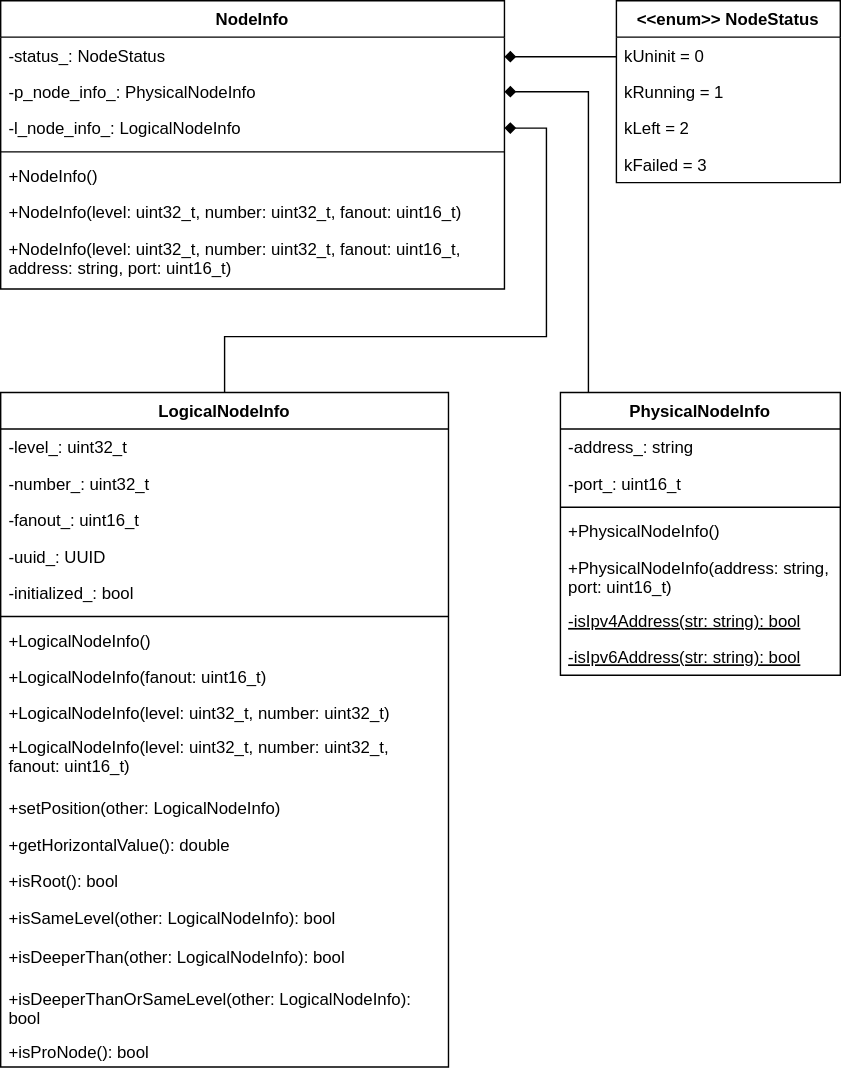
Above: minhton/docs/img/nodeinfo_classes.svg in iml130/sola (draw.io), before the change. Source tidied: cells renumbered, new cells last; positions are measured from the earlier drawing's top-left corner, leaving out a move shared by most shapes.
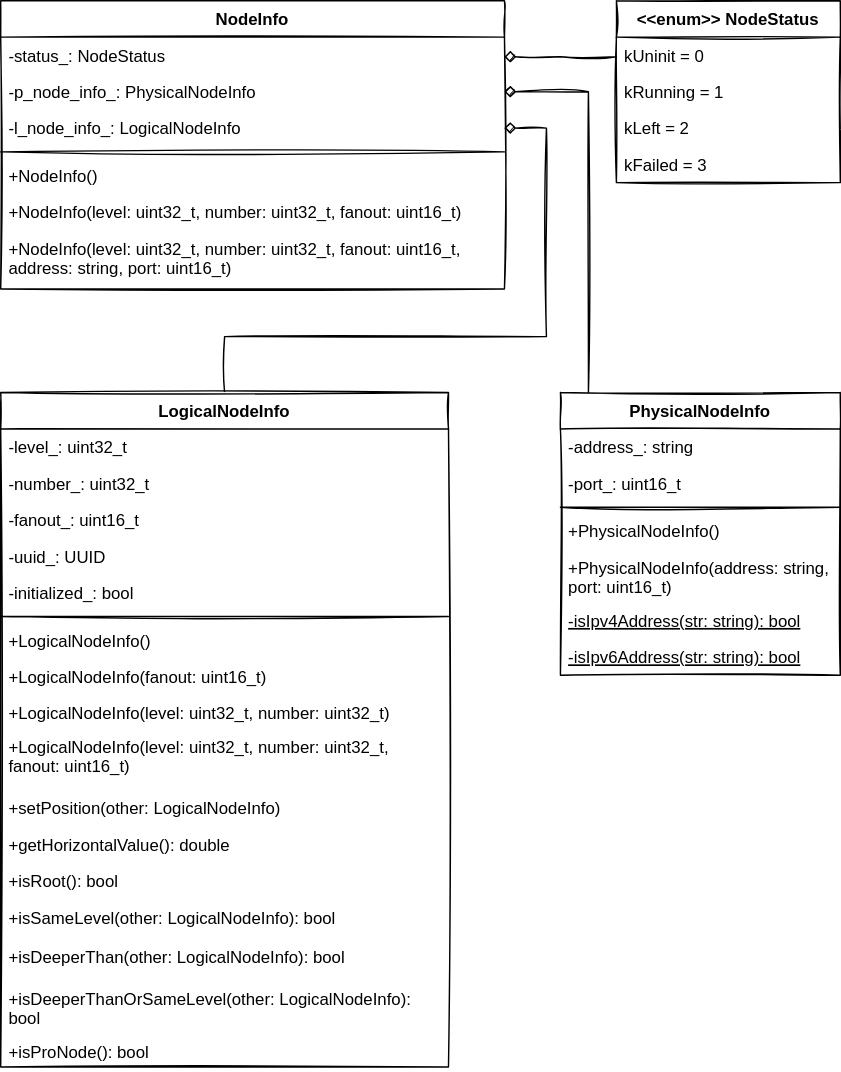
The same diagram one commit later.

The edit, as a diff of the source:
```diff
@@ -2,31 +2,31 @@
   <root>
     <mxCell id="0" />
     <mxCell id="1" parent="0" />
-    <mxCell id="2" value="NodeInfo" style="swimlane;fontStyle=1;align=center;verticalAlign=top;horizontal=1;startSize=26;rounded=0;shadow=0;strokeWidth=1;" parent="1" vertex="1">
+    <mxCell id="2" value="NodeInfo" style="swimlane;fontStyle=1;align=center;verticalAlign=top;horizontal=1;startSize=26;rounded=0;shadow=0;strokeWidth=1;sketch=1;curveFitting=1;jiggle=1;" parent="1" vertex="1">
       <mxGeometry width="360" height="206" as="geometry" />
     </mxCell>
-    <mxCell id="3" value="-status_: NodeStatus" style="text;align=left;verticalAlign=top;spacingLeft=4;spacingRight=4;overflow=hidden;" parent="2" vertex="1">
+    <mxCell id="3" value="-status_: NodeStatus" style="text;align=left;verticalAlign=top;spacingLeft=4;spacingRight=4;overflow=hidden;sketch=1;curveFitting=1;jiggle=1;" parent="2" vertex="1">
       <mxGeometry y="26" width="360" height="26" as="geometry" />
     </mxCell>
-    <mxCell id="4" value="-p_node_info_: PhysicalNodeInfo" style="text;align=left;verticalAlign=top;spacingLeft=4;spacingRight=4;overflow=hidden;points=[[0,0.5],[1,0.5]];portConstraint=eastwest;" parent="2" vertex="1">
+    <mxCell id="4" value="-p_node_info_: PhysicalNodeInfo" style="text;align=left;verticalAlign=top;spacingLeft=4;spacingRight=4;overflow=hidden;points=[[0,0.5],[1,0.5]];portConstraint=eastwest;sketch=1;curveFitting=1;jiggle=1;" parent="2" vertex="1">
       <mxGeometry y="52" width="360" height="26" as="geometry" />
     </mxCell>
-    <mxCell id="5" value="-l_node_info_: LogicalNodeInfo" style="text;align=left;verticalAlign=top;spacingLeft=4;spacingRight=4;overflow=hidden;points=[[0,0.5],[1,0.5]];portConstraint=eastwest;" parent="2" vertex="1">
+    <mxCell id="5" value="-l_node_info_: LogicalNodeInfo" style="text;align=left;verticalAlign=top;spacingLeft=4;spacingRight=4;overflow=hidden;points=[[0,0.5],[1,0.5]];portConstraint=eastwest;sketch=1;curveFitting=1;jiggle=1;" parent="2" vertex="1">
       <mxGeometry y="78" width="360" height="26" as="geometry" />
     </mxCell>
-    <mxCell id="6" style="line;html=1;strokeWidth=1;align=left;verticalAlign=middle;spacingTop=-1;spacingLeft=3;spacingRight=3;labelPosition=right;" parent="2" vertex="1">
+    <mxCell id="6" style="line;html=1;strokeWidth=1;align=left;verticalAlign=middle;spacingTop=-1;spacingLeft=3;spacingRight=3;labelPosition=right;sketch=1;curveFitting=1;jiggle=1;" parent="2" vertex="1">
       <mxGeometry y="104" width="360" height="8" as="geometry" />
     </mxCell>
-    <mxCell id="7" value="+NodeInfo()" style="text;align=left;verticalAlign=top;spacingLeft=4;spacingRight=4;overflow=hidden;" parent="2" vertex="1">
+    <mxCell id="7" value="+NodeInfo()" style="text;align=left;verticalAlign=top;spacingLeft=4;spacingRight=4;overflow=hidden;sketch=1;curveFitting=1;jiggle=1;" parent="2" vertex="1">
       <mxGeometry y="112" width="360" height="26" as="geometry" />
     </mxCell>
-    <mxCell id="8" value="+NodeInfo(level: uint32_t, number: uint32_t, fanout: uint16_t)" style="text;align=left;verticalAlign=top;spacingLeft=4;spacingRight=4;overflow=hidden;rounded=0;shadow=0;html=0;" parent="2" vertex="1">
+    <mxCell id="8" value="+NodeInfo(level: uint32_t, number: uint32_t, fanout: uint16_t)" style="text;align=left;verticalAlign=top;spacingLeft=4;spacingRight=4;overflow=hidden;rounded=0;shadow=0;html=0;sketch=1;curveFitting=1;jiggle=1;" parent="2" vertex="1">
       <mxGeometry y="138" width="360" height="26" as="geometry" />
     </mxCell>
-    <mxCell id="9" value="+NodeInfo(level: uint32_t, number: uint32_t, fanout: uint16_t,&#10;address: string, port: uint16_t)" style="text;align=left;verticalAlign=top;spacingLeft=4;spacingRight=4;overflow=hidden;rounded=0;shadow=0;html=0;" parent="2" vertex="1">
+    <mxCell id="9" value="+NodeInfo(level: uint32_t, number: uint32_t, fanout: uint16_t,&#10;address: string, port: uint16_t)" style="text;align=left;verticalAlign=top;spacingLeft=4;spacingRight=4;overflow=hidden;rounded=0;shadow=0;html=0;sketch=1;curveFitting=1;jiggle=1;" parent="2" vertex="1">
       <mxGeometry y="164" width="360" height="42" as="geometry" />
     </mxCell>
-    <mxCell id="10" style="edgeStyle=orthogonalEdgeStyle;rounded=0;jettySize=auto;html=1;endArrow=diamond;endFill=1;" parent="1" edge="1" source="11" target="5">
+    <mxCell id="10" style="edgeStyle=orthogonalEdgeStyle;rounded=0;jettySize=auto;html=1;endArrow=diamond;endFill=1;sketch=1;curveFitting=1;jiggle=1;" parent="1" edge="1" source="11" target="5">
       <mxGeometry relative="1" as="geometry">
         <Array as="points">
           <mxPoint x="160" y="240" />
@@ -35,107 +35,107 @@
         </Array>
       </mxGeometry>
     </mxCell>
-    <mxCell id="11" value="LogicalNodeInfo" style="swimlane;fontStyle=1;align=center;verticalAlign=top;horizontal=1;startSize=26;rounded=0;shadow=0;strokeWidth=1;" parent="1" vertex="1">
+    <mxCell id="11" value="LogicalNodeInfo" style="swimlane;fontStyle=1;align=center;verticalAlign=top;horizontal=1;startSize=26;rounded=0;shadow=0;strokeWidth=1;sketch=1;curveFitting=1;jiggle=1;" parent="1" vertex="1">
       <mxGeometry y="280" width="320" height="482" as="geometry" />
     </mxCell>
-    <mxCell id="12" value="-level_: uint32_t" style="text;align=left;verticalAlign=top;spacingLeft=4;spacingRight=4;overflow=hidden;" parent="11" vertex="1">
+    <mxCell id="12" value="-level_: uint32_t" style="text;align=left;verticalAlign=top;spacingLeft=4;spacingRight=4;overflow=hidden;sketch=1;curveFitting=1;jiggle=1;" parent="11" vertex="1">
       <mxGeometry y="26" width="320" height="26" as="geometry" />
     </mxCell>
-    <mxCell id="13" value="-number_: uint32_t" style="text;align=left;verticalAlign=top;spacingLeft=4;spacingRight=4;overflow=hidden;rounded=0;shadow=0;html=0;" parent="11" vertex="1">
+    <mxCell id="13" value="-number_: uint32_t" style="text;align=left;verticalAlign=top;spacingLeft=4;spacingRight=4;overflow=hidden;rounded=0;shadow=0;html=0;sketch=1;curveFitting=1;jiggle=1;" parent="11" vertex="1">
       <mxGeometry y="52" width="320" height="26" as="geometry" />
     </mxCell>
-    <mxCell id="14" value="-fanout_: uint16_t" style="text;align=left;verticalAlign=top;spacingLeft=4;spacingRight=4;overflow=hidden;rounded=0;shadow=0;html=0;" parent="11" vertex="1">
+    <mxCell id="14" value="-fanout_: uint16_t" style="text;align=left;verticalAlign=top;spacingLeft=4;spacingRight=4;overflow=hidden;rounded=0;shadow=0;html=0;sketch=1;curveFitting=1;jiggle=1;" parent="11" vertex="1">
       <mxGeometry y="78" width="320" height="26" as="geometry" />
     </mxCell>
-    <mxCell id="15" value="-uuid_: UUID" style="text;align=left;verticalAlign=top;spacingLeft=4;spacingRight=4;overflow=hidden;rounded=0;shadow=0;html=0;" parent="11" vertex="1">
+    <mxCell id="15" value="-uuid_: UUID" style="text;align=left;verticalAlign=top;spacingLeft=4;spacingRight=4;overflow=hidden;rounded=0;shadow=0;html=0;sketch=1;curveFitting=1;jiggle=1;" parent="11" vertex="1">
       <mxGeometry y="104" width="320" height="26" as="geometry" />
     </mxCell>
-    <mxCell id="16" value="-initialized_: bool" style="text;align=left;verticalAlign=top;spacingLeft=4;spacingRight=4;overflow=hidden;rounded=0;shadow=0;html=0;" parent="11" vertex="1">
+    <mxCell id="16" value="-initialized_: bool" style="text;align=left;verticalAlign=top;spacingLeft=4;spacingRight=4;overflow=hidden;rounded=0;shadow=0;html=0;sketch=1;curveFitting=1;jiggle=1;" parent="11" vertex="1">
       <mxGeometry y="130" width="320" height="26" as="geometry" />
     </mxCell>
-    <mxCell id="17" style="line;html=1;strokeWidth=1;align=left;verticalAlign=middle;spacingTop=-1;spacingLeft=3;spacingRight=3;labelPosition=right;" parent="11" vertex="1">
+    <mxCell id="17" style="line;html=1;strokeWidth=1;align=left;verticalAlign=middle;spacingTop=-1;spacingLeft=3;spacingRight=3;labelPosition=right;sketch=1;curveFitting=1;jiggle=1;" parent="11" vertex="1">
       <mxGeometry y="156" width="320" height="8" as="geometry" />
     </mxCell>
-    <mxCell id="18" value="+LogicalNodeInfo()" style="text;align=left;verticalAlign=top;spacingLeft=4;spacingRight=4;overflow=hidden;fontStyle=0;" parent="11" vertex="1">
+    <mxCell id="18" value="+LogicalNodeInfo()" style="text;align=left;verticalAlign=top;spacingLeft=4;spacingRight=4;overflow=hidden;fontStyle=0;sketch=1;curveFitting=1;jiggle=1;" parent="11" vertex="1">
       <mxGeometry y="164" width="320" height="26" as="geometry" />
     </mxCell>
-    <mxCell id="19" value="+LogicalNodeInfo(fanout: uint16_t)" style="text;align=left;verticalAlign=top;spacingLeft=4;spacingRight=4;overflow=hidden;" parent="11" vertex="1">
+    <mxCell id="19" value="+LogicalNodeInfo(fanout: uint16_t)" style="text;align=left;verticalAlign=top;spacingLeft=4;spacingRight=4;overflow=hidden;sketch=1;curveFitting=1;jiggle=1;" parent="11" vertex="1">
       <mxGeometry y="190" width="320" height="26" as="geometry" />
     </mxCell>
-    <mxCell id="20" value="+LogicalNodeInfo(level: uint32_t, number: uint32_t)" style="text;align=left;verticalAlign=top;spacingLeft=4;spacingRight=4;overflow=hidden;" parent="11" vertex="1">
+    <mxCell id="20" value="+LogicalNodeInfo(level: uint32_t, number: uint32_t)" style="text;align=left;verticalAlign=top;spacingLeft=4;spacingRight=4;overflow=hidden;sketch=1;curveFitting=1;jiggle=1;" parent="11" vertex="1">
       <mxGeometry y="216" width="320" height="24" as="geometry" />
     </mxCell>
-    <mxCell id="21" value="+LogicalNodeInfo(level: uint32_t, number: uint32_t, &#10;fanout: uint16_t)" style="text;align=left;verticalAlign=top;spacingLeft=4;spacingRight=4;overflow=hidden;" parent="11" vertex="1">
+    <mxCell id="21" value="+LogicalNodeInfo(level: uint32_t, number: uint32_t, &#10;fanout: uint16_t)" style="text;align=left;verticalAlign=top;spacingLeft=4;spacingRight=4;overflow=hidden;sketch=1;curveFitting=1;jiggle=1;" parent="11" vertex="1">
       <mxGeometry y="240" width="320" height="44" as="geometry" />
     </mxCell>
-    <mxCell id="22" value="+setPosition(other: LogicalNodeInfo)" style="text;align=left;verticalAlign=top;spacingLeft=4;spacingRight=4;overflow=hidden;fontStyle=0;" parent="11" vertex="1">
+    <mxCell id="22" value="+setPosition(other: LogicalNodeInfo)" style="text;align=left;verticalAlign=top;spacingLeft=4;spacingRight=4;overflow=hidden;fontStyle=0;sketch=1;curveFitting=1;jiggle=1;" parent="11" vertex="1">
       <mxGeometry y="284" width="320" height="26" as="geometry" />
     </mxCell>
-    <mxCell id="23" value="+getHorizontalValue(): double" style="text;align=left;verticalAlign=top;spacingLeft=4;spacingRight=4;overflow=hidden;fontStyle=0;" parent="11" vertex="1">
+    <mxCell id="23" value="+getHorizontalValue(): double" style="text;align=left;verticalAlign=top;spacingLeft=4;spacingRight=4;overflow=hidden;fontStyle=0;sketch=1;curveFitting=1;jiggle=1;" parent="11" vertex="1">
       <mxGeometry y="310" width="320" height="26" as="geometry" />
     </mxCell>
-    <mxCell id="24" value="+isRoot(): bool" style="text;align=left;verticalAlign=top;spacingLeft=4;spacingRight=4;overflow=hidden;fontStyle=0;" parent="11" vertex="1">
+    <mxCell id="24" value="+isRoot(): bool" style="text;align=left;verticalAlign=top;spacingLeft=4;spacingRight=4;overflow=hidden;fontStyle=0;sketch=1;curveFitting=1;jiggle=1;" parent="11" vertex="1">
       <mxGeometry y="336" width="320" height="26" as="geometry" />
     </mxCell>
-    <mxCell id="25" value="+isSameLevel(other: LogicalNodeInfo): bool" style="text;align=left;verticalAlign=top;spacingLeft=4;spacingRight=4;overflow=hidden;fontStyle=0;" parent="11" vertex="1">
+    <mxCell id="25" value="+isSameLevel(other: LogicalNodeInfo): bool" style="text;align=left;verticalAlign=top;spacingLeft=4;spacingRight=4;overflow=hidden;fontStyle=0;sketch=1;curveFitting=1;jiggle=1;" parent="11" vertex="1">
       <mxGeometry y="362" width="320" height="28" as="geometry" />
     </mxCell>
-    <mxCell id="26" value="+isDeeperThan(other: LogicalNodeInfo): bool" style="text;align=left;verticalAlign=top;spacingLeft=4;spacingRight=4;overflow=hidden;fontStyle=0;" parent="11" vertex="1">
+    <mxCell id="26" value="+isDeeperThan(other: LogicalNodeInfo): bool" style="text;align=left;verticalAlign=top;spacingLeft=4;spacingRight=4;overflow=hidden;fontStyle=0;sketch=1;curveFitting=1;jiggle=1;" parent="11" vertex="1">
       <mxGeometry y="390" width="320" height="30" as="geometry" />
     </mxCell>
-    <mxCell id="27" value="+isDeeperThanOrSameLevel(other: LogicalNodeInfo): &#10;bool" style="text;align=left;verticalAlign=top;spacingLeft=4;spacingRight=4;overflow=hidden;fontStyle=0;" parent="11" vertex="1">
+    <mxCell id="27" value="+isDeeperThanOrSameLevel(other: LogicalNodeInfo): &#10;bool" style="text;align=left;verticalAlign=top;spacingLeft=4;spacingRight=4;overflow=hidden;fontStyle=0;sketch=1;curveFitting=1;jiggle=1;" parent="11" vertex="1">
       <mxGeometry y="420" width="320" height="38" as="geometry" />
     </mxCell>
-    <mxCell id="28" value="+isProNode(): bool" style="text;align=left;verticalAlign=top;spacingLeft=4;spacingRight=4;overflow=hidden;fontStyle=0;" parent="11" vertex="1">
+    <mxCell id="28" value="+isProNode(): bool" style="text;align=left;verticalAlign=top;spacingLeft=4;spacingRight=4;overflow=hidden;fontStyle=0;sketch=1;curveFitting=1;jiggle=1;" parent="11" vertex="1">
       <mxGeometry y="458" width="320" height="24" as="geometry" />
     </mxCell>
-    <mxCell id="29" style="edgeStyle=orthogonalEdgeStyle;rounded=0;jettySize=auto;html=1;endArrow=diamond;endFill=1;" parent="1" edge="1" source="30" target="4">
+    <mxCell id="29" style="edgeStyle=orthogonalEdgeStyle;rounded=0;jettySize=auto;html=1;endArrow=diamond;endFill=1;sketch=1;curveFitting=1;jiggle=1;" parent="1" edge="1" source="30" target="4">
       <mxGeometry relative="1" as="geometry">
         <Array as="points">
           <mxPoint x="420" y="65" />
         </Array>
       </mxGeometry>
     </mxCell>
-    <mxCell id="30" value="PhysicalNodeInfo" style="swimlane;fontStyle=1;align=center;verticalAlign=top;horizontal=1;startSize=26;rounded=0;shadow=0;strokeWidth=1;glass=0;" parent="1" vertex="1">
+    <mxCell id="30" value="PhysicalNodeInfo" style="swimlane;fontStyle=1;align=center;verticalAlign=top;horizontal=1;startSize=26;rounded=0;shadow=0;strokeWidth=1;glass=0;sketch=1;curveFitting=1;jiggle=1;" parent="1" vertex="1">
       <mxGeometry x="400" y="280" width="200" height="202" as="geometry" />
     </mxCell>
-    <mxCell id="31" value="-address_: string" style="text;align=left;verticalAlign=top;spacingLeft=4;spacingRight=4;overflow=hidden;" parent="30" vertex="1">
+    <mxCell id="31" value="-address_: string" style="text;align=left;verticalAlign=top;spacingLeft=4;spacingRight=4;overflow=hidden;sketch=1;curveFitting=1;jiggle=1;" parent="30" vertex="1">
       <mxGeometry y="26" width="200" height="26" as="geometry" />
     </mxCell>
-    <mxCell id="32" value="-port_: uint16_t" style="text;align=left;verticalAlign=top;spacingLeft=4;spacingRight=4;overflow=hidden;" parent="30" vertex="1">
+    <mxCell id="32" value="-port_: uint16_t" style="text;align=left;verticalAlign=top;spacingLeft=4;spacingRight=4;overflow=hidden;sketch=1;curveFitting=1;jiggle=1;" parent="30" vertex="1">
       <mxGeometry y="52" width="200" height="26" as="geometry" />
     </mxCell>
-    <mxCell id="33" style="line;html=1;strokeWidth=1;align=left;verticalAlign=middle;spacingTop=-1;spacingLeft=3;spacingRight=3;labelPosition=right;" parent="30" vertex="1">
+    <mxCell id="33" style="line;html=1;strokeWidth=1;align=left;verticalAlign=middle;spacingTop=-1;spacingLeft=3;spacingRight=3;labelPosition=right;sketch=1;curveFitting=1;jiggle=1;" parent="30" vertex="1">
       <mxGeometry y="78" width="200" height="8" as="geometry" />
     </mxCell>
-    <mxCell id="34" value="+PhysicalNodeInfo()" style="text;align=left;verticalAlign=top;spacingLeft=4;spacingRight=4;overflow=hidden;fontStyle=0;" parent="30" vertex="1">
+    <mxCell id="34" value="+PhysicalNodeInfo()" style="text;align=left;verticalAlign=top;spacingLeft=4;spacingRight=4;overflow=hidden;fontStyle=0;sketch=1;curveFitting=1;jiggle=1;" parent="30" vertex="1">
       <mxGeometry y="86" width="200" height="26" as="geometry" />
     </mxCell>
-    <mxCell id="35" value="+PhysicalNodeInfo(address: string, &#10;port: uint16_t)" style="text;align=left;verticalAlign=top;spacingLeft=4;spacingRight=4;overflow=hidden;fontStyle=0;" parent="30" vertex="1">
+    <mxCell id="35" value="+PhysicalNodeInfo(address: string, &#10;port: uint16_t)" style="text;align=left;verticalAlign=top;spacingLeft=4;spacingRight=4;overflow=hidden;fontStyle=0;sketch=1;curveFitting=1;jiggle=1;" parent="30" vertex="1">
       <mxGeometry y="112" width="200" height="38" as="geometry" />
     </mxCell>
-    <mxCell id="36" value="-isIpv4Address(str: string): bool" style="text;align=left;verticalAlign=top;spacingLeft=4;spacingRight=4;overflow=hidden;fontStyle=4;" parent="30" vertex="1">
+    <mxCell id="36" value="-isIpv4Address(str: string): bool" style="text;align=left;verticalAlign=top;spacingLeft=4;spacingRight=4;overflow=hidden;fontStyle=4;sketch=1;curveFitting=1;jiggle=1;" parent="30" vertex="1">
       <mxGeometry y="150" width="200" height="26" as="geometry" />
     </mxCell>
-    <mxCell id="37" value="-isIpv6Address(str: string): bool" style="text;align=left;verticalAlign=top;spacingLeft=4;spacingRight=4;overflow=hidden;fontStyle=4;" parent="30" vertex="1">
+    <mxCell id="37" value="-isIpv6Address(str: string): bool" style="text;align=left;verticalAlign=top;spacingLeft=4;spacingRight=4;overflow=hidden;fontStyle=4;sketch=1;curveFitting=1;jiggle=1;" parent="30" vertex="1">
       <mxGeometry y="176" width="200" height="26" as="geometry" />
     </mxCell>
-    <mxCell id="38" value="&lt;&lt;enum&gt;&gt; NodeStatus" style="swimlane;fontStyle=1;align=center;verticalAlign=top;horizontal=1;startSize=26;rounded=0;shadow=0;strokeWidth=1;" parent="1" vertex="1">
+    <mxCell id="38" value="&lt;&lt;enum&gt;&gt; NodeStatus" style="swimlane;fontStyle=1;align=center;verticalAlign=top;horizontal=1;startSize=26;rounded=0;shadow=0;strokeWidth=1;sketch=1;curveFitting=1;jiggle=1;" parent="1" vertex="1">
       <mxGeometry x="440" width="160" height="130" as="geometry" />
     </mxCell>
-    <mxCell id="39" value="kUninit = 0" style="text;align=left;verticalAlign=top;spacingLeft=4;spacingRight=4;overflow=hidden;" parent="38" vertex="1">
+    <mxCell id="39" value="kUninit = 0" style="text;align=left;verticalAlign=top;spacingLeft=4;spacingRight=4;overflow=hidden;sketch=1;curveFitting=1;jiggle=1;" parent="38" vertex="1">
       <mxGeometry y="26" width="160" height="26" as="geometry" />
     </mxCell>
-    <mxCell id="40" value="kRunning = 1" style="text;align=left;verticalAlign=top;spacingLeft=4;spacingRight=4;overflow=hidden;rounded=0;shadow=0;html=0;" parent="38" vertex="1">
+    <mxCell id="40" value="kRunning = 1" style="text;align=left;verticalAlign=top;spacingLeft=4;spacingRight=4;overflow=hidden;rounded=0;shadow=0;html=0;sketch=1;curveFitting=1;jiggle=1;" parent="38" vertex="1">
       <mxGeometry y="52" width="160" height="26" as="geometry" />
     </mxCell>
-    <mxCell id="41" value="kLeft = 2" style="text;align=left;verticalAlign=top;spacingLeft=4;spacingRight=4;overflow=hidden;rounded=0;shadow=0;html=0;" parent="38" vertex="1">
+    <mxCell id="41" value="kLeft = 2" style="text;align=left;verticalAlign=top;spacingLeft=4;spacingRight=4;overflow=hidden;rounded=0;shadow=0;html=0;sketch=1;curveFitting=1;jiggle=1;" parent="38" vertex="1">
       <mxGeometry y="78" width="160" height="26" as="geometry" />
     </mxCell>
-    <mxCell id="42" value="kFailed = 3" style="text;align=left;verticalAlign=top;spacingLeft=4;spacingRight=4;overflow=hidden;rounded=0;shadow=0;html=0;" parent="38" vertex="1">
+    <mxCell id="42" value="kFailed = 3" style="text;align=left;verticalAlign=top;spacingLeft=4;spacingRight=4;overflow=hidden;rounded=0;shadow=0;html=0;sketch=1;curveFitting=1;jiggle=1;" parent="38" vertex="1">
       <mxGeometry y="104" width="160" height="26" as="geometry" />
     </mxCell>
-    <mxCell id="43" style="endArrow=none;shadow=0;strokeWidth=1;rounded=0;endFill=0;edgeStyle=elbowEdgeStyle;elbow=vertical;startArrow=diamond;startFill=1;" parent="1" edge="1" source="2" target="38">
+    <mxCell id="43" style="endArrow=none;shadow=0;strokeWidth=1;rounded=0;endFill=0;edgeStyle=elbowEdgeStyle;elbow=vertical;startArrow=diamond;startFill=1;sketch=1;curveFitting=1;jiggle=1;" parent="1" edge="1" source="2" target="38">
       <mxGeometry x="0.5" y="41" relative="1" as="geometry">
         <Array as="points">
           <mxPoint x="400" y="40" />
```
